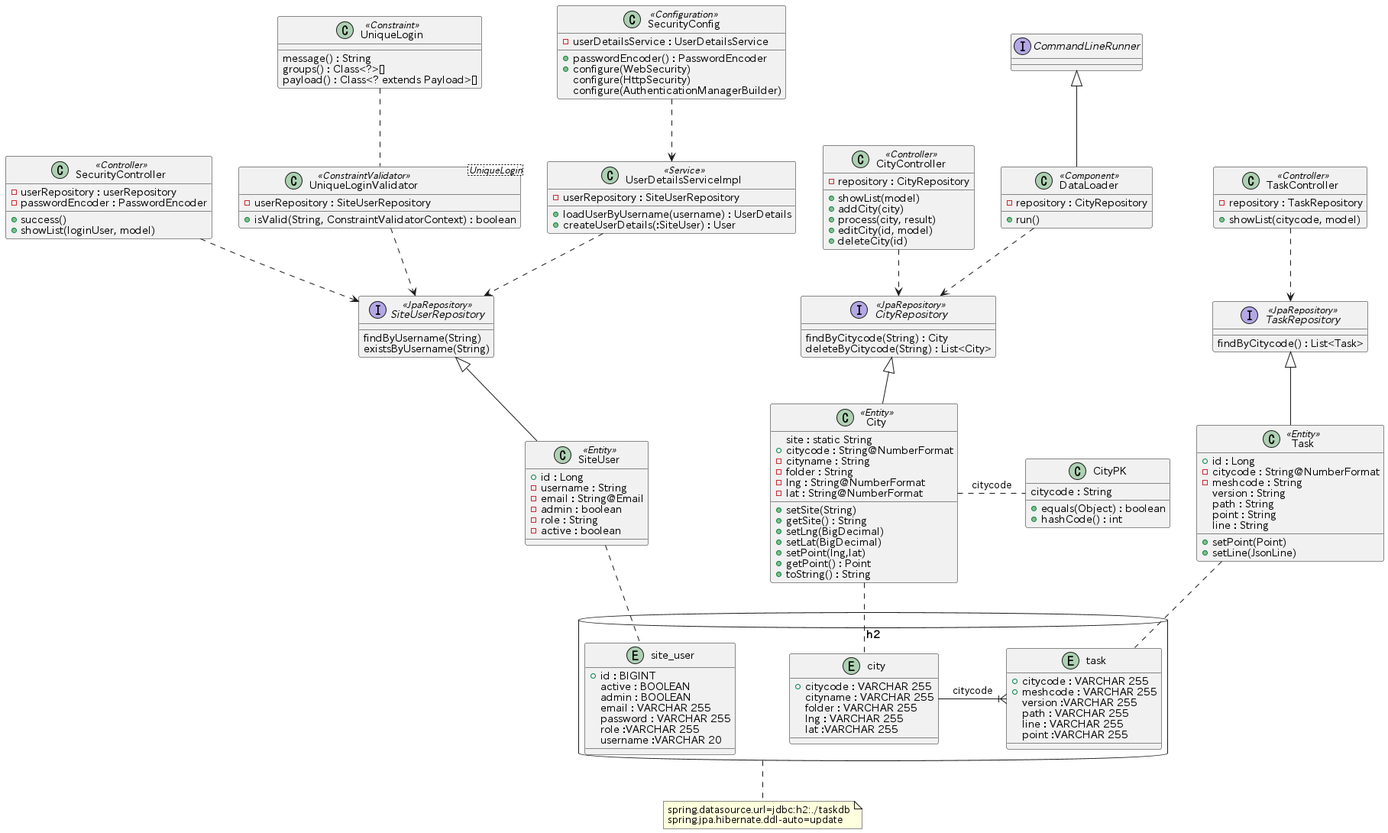
Above: class.png in yuuhayashi/task-bldg (PlantUML), before the change.
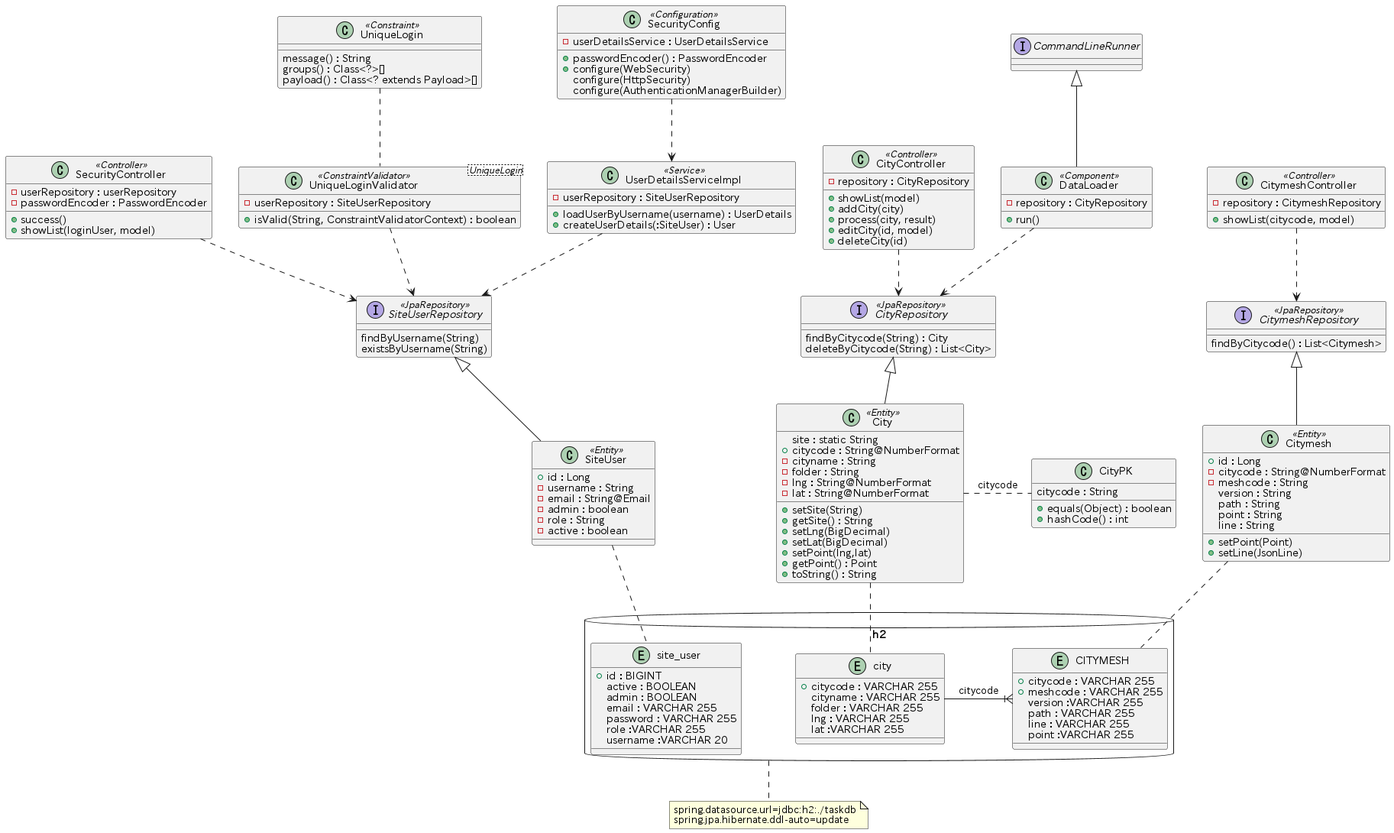
The same file after the commit.

The edit, as a diff of the source:
```diff
@@ -19,7 +19,7 @@
 		username :VARCHAR 20
 	}
 
-	entity task {
+	entity CITYMESH {
 		+ citycode : VARCHAR 255
 		+ meshcode : VARCHAR 255
 		version :VARCHAR 255
@@ -27,7 +27,7 @@
 		line : VARCHAR 255
 		point :VARCHAR 255
 	}
-	task }|- city : citycode
+	CITYMESH }|- city : citycode
 }
 note bottom of db : spring.datasource.url=jdbc:h2:./taskdb\nspring.jpa.hibernate.ddl-auto=update
 
@@ -124,18 +124,18 @@
 }
 CityController ..> CityRepository
 
-class TaskController <<Controller>> {
-  - repository : TaskRepository
+class CitymeshController <<Controller>> {
+  - repository : CitymeshRepository
   + showList(citycode, model)
 }
-TaskController ..> TaskRepository
+CitymeshController ..> CitymeshRepository
 
-interface TaskRepository <<JpaRepository>> {
-	findByCitycode() : List<Task>
+interface CitymeshRepository <<JpaRepository>> {
+	findByCitycode() : List<Citymesh>
 }
-TaskRepository <|-- Task
+CitymeshRepository <|-- Citymesh
 
-class Task <<Entity>> {
+class Citymesh <<Entity>> {
   + id : Long
   - citycode : String@NumberFormat
   - meshcode : String
@@ -146,7 +146,7 @@
   + setPoint(Point)
   + setLine(JsonLine)
 }
-Task .. task
+Citymesh .. CITYMESH
 
 interface CommandLineRunner
 
```
